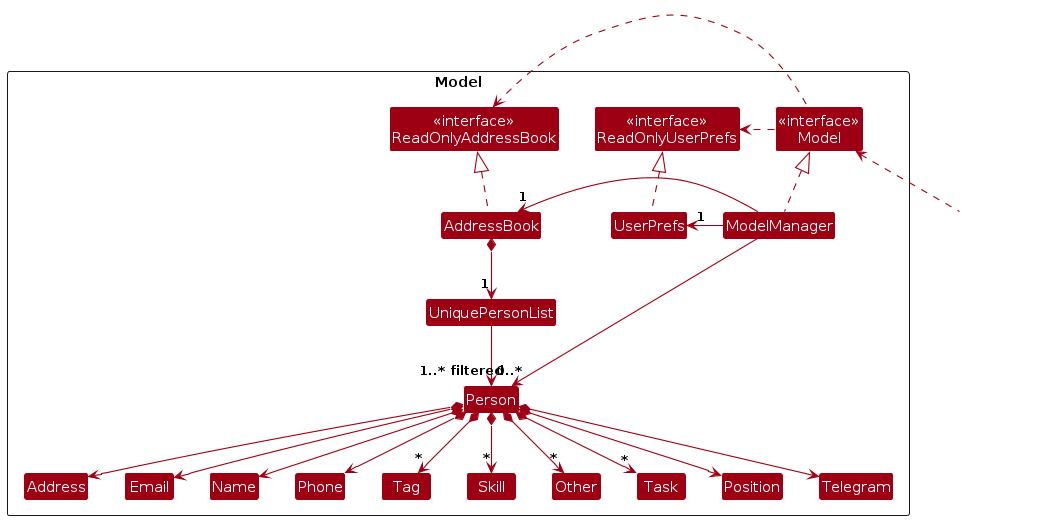
bkkuan/tp keeps this PlantUML diagram as diagrams/ModelClassDiagram.png. Above is the earlier version. Its source is kept beside it as diagrams/ModelClassDiagram.puml.
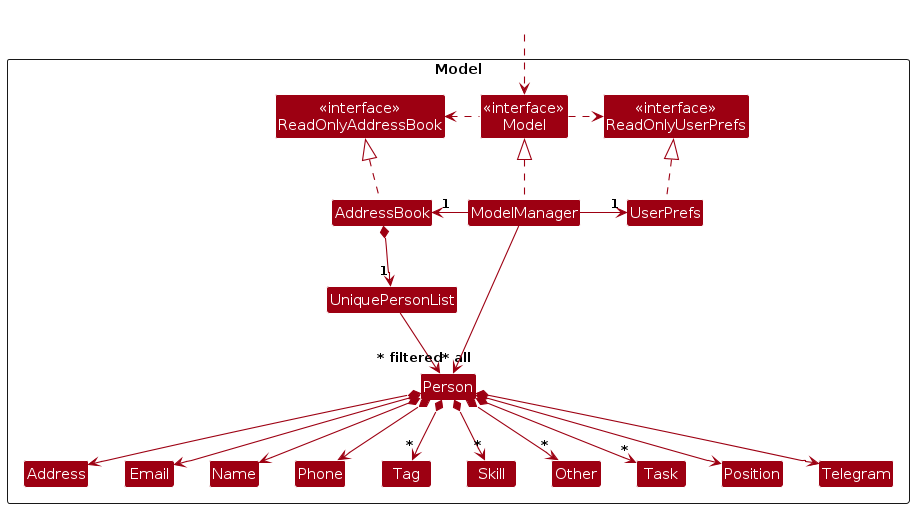
Above is the later version.

Diff of the diagram source:
```diff
@@ -31,7 +31,7 @@
 }
 
 Class HiddenOutside #FFFFFF
-HiddenOutside .up.> Model
+HiddenOutside ..> Model
 
 AddressBook .up.|> ReadOnlyAddressBook
 
@@ -43,7 +43,7 @@
 UserPrefs .up.|> ReadOnlyUserPrefs
 
 AddressBook *--> "1" UniquePersonList
-UniquePersonList --> "0..*" Person
+UniquePersonList --> "~* all" Person
 
 Person *--> Name
 Person *--> Phone
@@ -56,6 +56,6 @@
 Person *--> Telegram
 Person *--> "*" Task
 
-ModelManager --> "1..* filtered" Person
+ModelManager --> "~* filtered" Person
 
 @enduml
```
